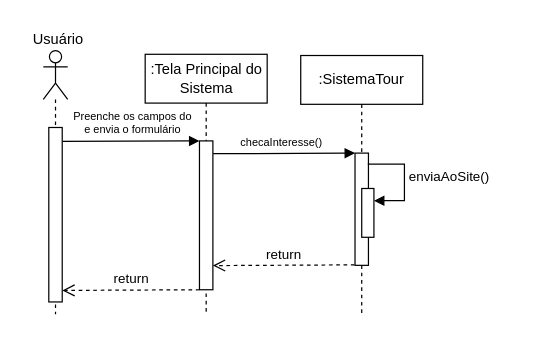
Earlier version of the draw.io diagram DiagramaDeSequencia-EnviarAoSite.drawio (Gigagiga1234/Tour-Virtual). Source tidied: cells renumbered, new cells numbered last; positions are measured from the earlier drawing's top-left corner, leaving out a move shared by most shapes. Both pictures are drawn from the tidied source at 122%, with x=0, y=0 at pixel (21, 21).
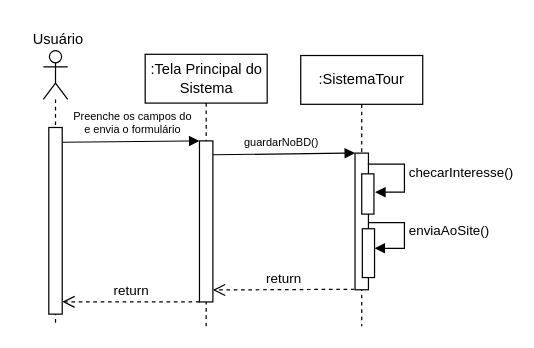
The same page after the edit.

The edit, as a diff of the source:
```diff
@@
-    <mxCell id="2" value="checaInteresse()" style="text;html=1;align=center;verticalAlign=middle;strokeColor=none;fillColor=none;fontSize=9;" parent="1" vertex="1">
-      <mxGeometry x="168" y="90" width="90" height="20" as="geometry" />
+    <mxCell id="2" value="guardarNoBD()" style="text;html=1;align=center;verticalAlign=middle;strokeColor=none;fillColor=none;fontSize=9;" parent="1" vertex="1">
+      <mxGeometry x="173" y="90" width="80" height="20" as="geometry" />
     </mxCell>
     <mxCell id="3" value=":Tela Principal do Sistema" style="shape=umlLifeline;perimeter=lifelinePerimeter;whiteSpace=wrap;html=1;newEdgeStyle={&quot;curved&quot;:0,&quot;rounded&quot;:0};" parent="1" vertex="1">
-      <mxGeometry x="101.5" y="27" width="100" height="213" as="geometry" />
+      <mxGeometry x="101.5" y="27" width="100" height="223" as="geometry" />
     </mxCell>
     <mxCell id="4" style="shape=umlLifeline;perimeter=lifelinePerimeter;whiteSpace=wrap;html=1;newEdgeStyle={&quot;curved&quot;:0,&quot;rounded&quot;:0};participant=umlActor;" parent="1" vertex="1">
-      <mxGeometry x="18" y="24" width="20" height="216" as="geometry" />
+      <mxGeometry x="18" y="24" width="20" height="226" as="geometry" />
     </mxCell>
     <mxCell id="5" style="rounded=0;whiteSpace=wrap;html=1;" parent="1" vertex="1">
-      <mxGeometry x="22.5" y="87" width="11" height="143" as="geometry" />
+      <mxGeometry x="22.5" y="87" width="11" height="153" as="geometry" />
     </mxCell>
@@
     <mxCell id="7" style="rounded=0;whiteSpace=wrap;html=1;" parent="1" vertex="1">
-      <mxGeometry x="146" y="98" width="11" height="122" as="geometry" />
+      <mxGeometry x="146" y="98" width="11" height="132" as="geometry" />
     </mxCell>
@@
     <mxCell id="10" value="return" style="html=1;verticalAlign=bottom;endArrow=open;dashed=1;endSize=8;curved=0;rounded=0;entryX=1;entryY=0.75;entryDx=0;entryDy=0;" parent="1" edge="1">
       <mxGeometry relative="1" as="geometry">
-        <mxPoint x="273.1" y="199.6" as="sourcePoint" />
-        <mxPoint x="157" y="200.2" as="targetPoint" />
+        <mxPoint x="273.1" y="219.6" as="sourcePoint" />
+        <mxPoint x="157" y="220.2" as="targetPoint" />
       </mxGeometry>
     </mxCell>
@@
     <mxCell id="12" value=":SistemaTour" style="shape=umlLifeline;perimeter=lifelinePerimeter;whiteSpace=wrap;html=1;newEdgeStyle={&quot;curved&quot;:0,&quot;rounded&quot;:0};" parent="1" vertex="1">
-      <mxGeometry x="229" y="28" width="100" height="212" as="geometry" />
+      <mxGeometry x="229" y="28" width="100" height="222" as="geometry" />
     </mxCell>
     <mxCell id="13" style="rounded=0;whiteSpace=wrap;html=1;" parent="1" vertex="1">
-      <mxGeometry x="273.5" y="108" width="11" height="92" as="geometry" />
+      <mxGeometry x="273.5" y="108" width="11" height="112" as="geometry" />
     </mxCell>
@@
     <mxCell id="15" style="html=1;perimeter=orthogonalPerimeter;targetShapes=umlLifeline;newEdgeStyle={&quot;curved&quot;:0,&quot;rounded&quot;:0};" parent="1" vertex="1">
-      <mxGeometry x="279" y="137" width="10" height="40" as="geometry" />
+      <mxGeometry x="279" y="125" width="10" height="33" as="geometry" />
     </mxCell>
-    <mxCell id="16" value="enviaAoSite()" style="html=1;align=left;spacingLeft=2;endArrow=block;rounded=0;edgeStyle=orthogonalEdgeStyle;curved=0;rounded=0;" parent="1" edge="1">
+    <mxCell id="16" value="checarInteresse()" style="html=1;align=left;spacingLeft=2;endArrow=block;rounded=0;edgeStyle=orthogonalEdgeStyle;curved=0;rounded=0;" parent="1" edge="1">
       <mxGeometry x="-0.05" relative="1" as="geometry">
         <mxPoint x="284" y="117" as="sourcePoint" />
-        <mxPoint x="289" y="147" as="targetPoint" />
+        <mxPoint x="290" y="140" as="targetPoint" />
         <Array as="points">
-          <mxPoint x="314" y="147" />
+          <mxPoint x="314" y="117" />
+          <mxPoint x="314" y="140" />
+          <mxPoint x="290" y="140" />
         </Array>
       </mxGeometry>
     </mxCell>
+    <mxCell id="17" style="html=1;points=[[0,0,0,0,5],[0,1,0,0,-5],[1,0,0,0,5],[1,1,0,0,-5]];perimeter=orthogonalPerimeter;outlineConnect=0;targetShapes=umlLifeline;portConstraint=eastwest;newEdgeStyle={&quot;curved&quot;:0,&quot;rounded&quot;:0};" parent="1" vertex="1">
+      <mxGeometry x="279.5" y="170" width="10" height="40" as="geometry" />
+    </mxCell>
+    <mxCell id="18" value="enviaAoSite()" style="html=1;align=left;spacingLeft=2;endArrow=block;rounded=0;edgeStyle=orthogonalEdgeStyle;curved=0;rounded=0;" parent="1" edge="1" target="17">
+      <mxGeometry x="-0.05" relative="1" as="geometry">
+        <mxPoint x="284.5" y="165" as="sourcePoint" />
+        <Array as="points">
+          <mxPoint x="314" y="165" />
+          <mxPoint x="314" y="186" />
+        </Array>
+      </mxGeometry>
+    </mxCell>
```
